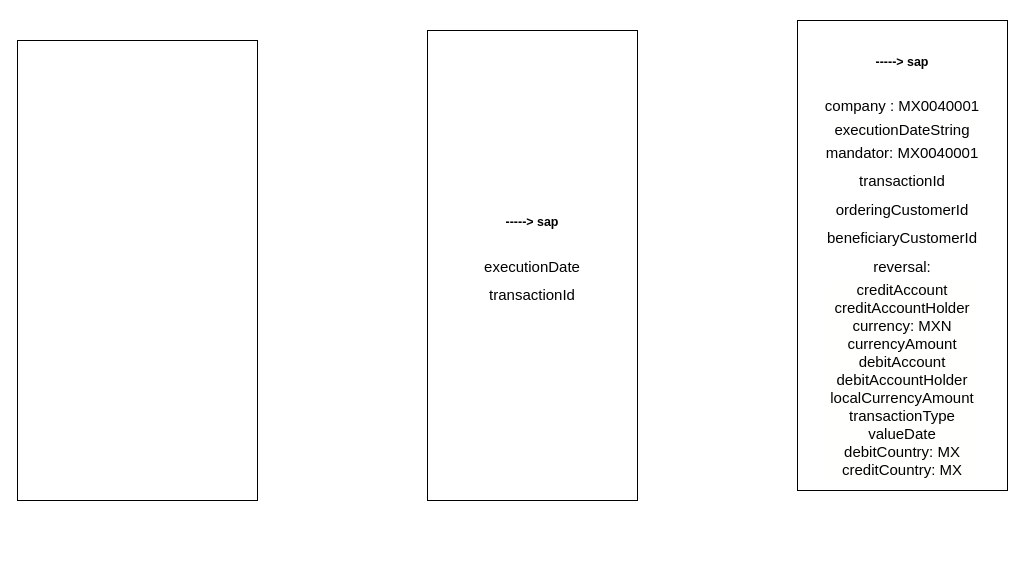
Earlier version of the draw.io diagram payvalidator.drawio (tianyadaoke/bing.github.io). Source tidied: cells renumbered, new cells numbered last; positions are measured from the earlier drawing's top-left corner, leaving out a move shared by most shapes. Both pictures are drawn from the tidied source at 100%, with x=0, y=0 at pixel (17, 20).
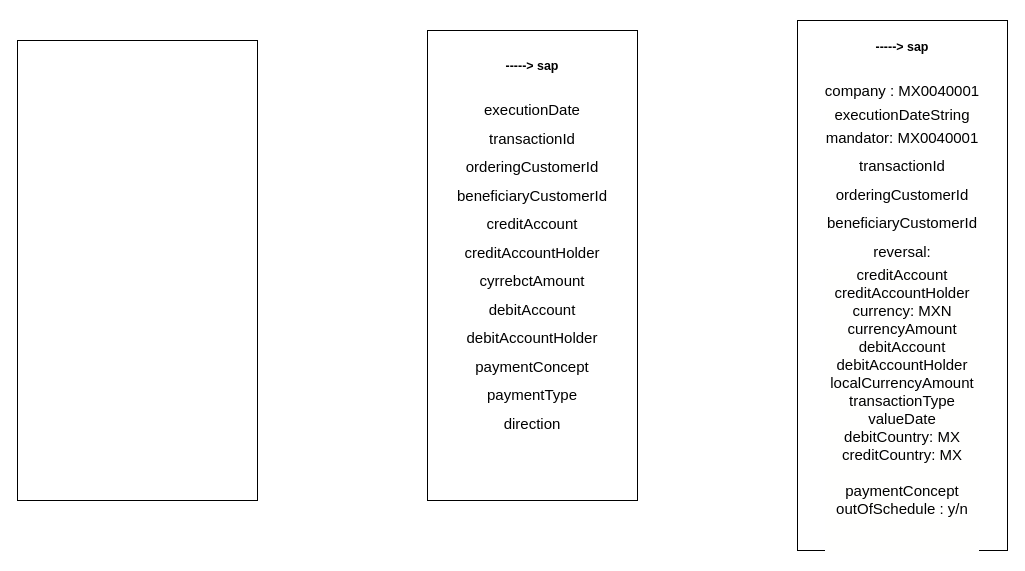
The same page after the edit.

The edit, as a diff of the source:
```diff
@@
 <mxGraphModel>
   <root>
     <mxCell id="0" />
     <mxCell id="1" parent="0" />
-    <mxCell id="2" value="&lt;div style=&quot;line-height: 190%; font-size: 15px;&quot;&gt;&lt;h5 style=&quot;line-height: 150%;&quot;&gt;-----&amp;gt; sap&lt;/h5&gt;&lt;div&gt;company :&amp;nbsp;MX0040001&lt;/div&gt;&lt;div&gt;&lt;div style=&quot;background-color: rgb(255, 255, 254); line-height: 18px;&quot;&gt;executionDateString&lt;/div&gt;&lt;/div&gt;&lt;div&gt;mandator:&amp;nbsp;MX0040001&lt;/div&gt;&lt;div&gt;transactionId&lt;/div&gt;&lt;div&gt;orderingCustomerId&lt;/div&gt;&lt;div&gt;beneficiaryCustomerId&lt;/div&gt;&lt;div&gt;reversal:&lt;/div&gt;&lt;div&gt;&lt;div style=&quot;background-color: rgb(255, 255, 254); line-height: 18px;&quot;&gt;creditAccount&lt;/div&gt;&lt;/div&gt;&lt;div style=&quot;background-color: rgb(255, 255, 254); line-height: 18px;&quot;&gt;&lt;div style=&quot;line-height: 18px;&quot;&gt;creditAccountHolder&lt;/div&gt;&lt;/div&gt;&lt;div style=&quot;line-height: 190%;&quot;&gt;&lt;div style=&quot;background-color: rgb(255, 255, 254); line-height: 18px;&quot;&gt;currency: MXN&lt;/div&gt;&lt;div style=&quot;background-color: rgb(255, 255, 254); line-height: 18px;&quot;&gt;&lt;div style=&quot;line-height: 18px;&quot;&gt;currencyAmount&lt;/div&gt;&lt;div style=&quot;line-height: 18px;&quot;&gt;&lt;div style=&quot;line-height: 18px;&quot;&gt;debitAccount&lt;/div&gt;&lt;div style=&quot;line-height: 18px;&quot;&gt;&lt;div style=&quot;line-height: 18px;&quot;&gt;debitAccountHolder&lt;/div&gt;&lt;div style=&quot;line-height: 18px;&quot;&gt;&lt;div style=&quot;line-height: 18px;&quot;&gt;localCurrencyAmount&lt;/div&gt;&lt;div style=&quot;line-height: 18px;&quot;&gt;&lt;div style=&quot;line-height: 18px;&quot;&gt;transactionType&lt;/div&gt;&lt;div style=&quot;line-height: 18px;&quot;&gt;&lt;div style=&quot;line-height: 18px;&quot;&gt;valueDate&lt;/div&gt;&lt;div style=&quot;line-height: 18px;&quot;&gt;&lt;div style=&quot;line-height: 18px;&quot;&gt;debitCountry: MX&lt;/div&gt;&lt;div style=&quot;line-height: 18px;&quot;&gt;&lt;div style=&quot;line-height: 18px;&quot;&gt;creditCountry: MX&lt;/div&gt;&lt;/div&gt;&lt;/div&gt;&lt;/div&gt;&lt;/div&gt;&lt;/div&gt;&lt;/div&gt;&lt;/div&gt;&lt;/div&gt;&lt;/div&gt;&lt;/div&gt;" style="rounded=0;whiteSpace=wrap;html=1;align=center;" parent="1" vertex="1">
-      <mxGeometry x="780" width="210" height="470" as="geometry" />
+    <mxCell id="2" value="&lt;div style=&quot;line-height: 190%; font-size: 15px;&quot;&gt;&lt;h5 style=&quot;line-height: 150%;&quot;&gt;-----&amp;gt; sap&lt;/h5&gt;&lt;div&gt;company :&amp;nbsp;MX0040001&lt;/div&gt;&lt;div&gt;&lt;div style=&quot;background-color: rgb(255, 255, 254); line-height: 18px;&quot;&gt;executionDateString&lt;/div&gt;&lt;/div&gt;&lt;div&gt;mandator:&amp;nbsp;MX0040001&lt;/div&gt;&lt;div&gt;transactionId&lt;/div&gt;&lt;div&gt;orderingCustomerId&lt;/div&gt;&lt;div&gt;beneficiaryCustomerId&lt;/div&gt;&lt;div&gt;reversal:&lt;/div&gt;&lt;div&gt;&lt;div style=&quot;background-color: rgb(255, 255, 254); line-height: 18px;&quot;&gt;creditAccount&lt;/div&gt;&lt;/div&gt;&lt;div style=&quot;background-color: rgb(255, 255, 254); line-height: 18px;&quot;&gt;&lt;div style=&quot;line-height: 18px;&quot;&gt;creditAccountHolder&lt;/div&gt;&lt;/div&gt;&lt;div style=&quot;line-height: 190%;&quot;&gt;&lt;div style=&quot;background-color: rgb(255, 255, 254); line-height: 18px;&quot;&gt;currency: MXN&lt;/div&gt;&lt;div style=&quot;background-color: rgb(255, 255, 254); line-height: 18px;&quot;&gt;&lt;div style=&quot;line-height: 18px;&quot;&gt;currencyAmount&lt;/div&gt;&lt;div style=&quot;line-height: 18px;&quot;&gt;&lt;div style=&quot;line-height: 18px;&quot;&gt;debitAccount&lt;/div&gt;&lt;div style=&quot;line-height: 18px;&quot;&gt;&lt;div style=&quot;line-height: 18px;&quot;&gt;debitAccountHolder&lt;/div&gt;&lt;div style=&quot;line-height: 18px;&quot;&gt;&lt;div style=&quot;line-height: 18px;&quot;&gt;localCurrencyAmount&lt;/div&gt;&lt;div style=&quot;line-height: 18px;&quot;&gt;&lt;div style=&quot;line-height: 18px;&quot;&gt;transactionType&lt;/div&gt;&lt;div style=&quot;line-height: 18px;&quot;&gt;&lt;div style=&quot;line-height: 18px;&quot;&gt;valueDate&lt;/div&gt;&lt;div style=&quot;line-height: 18px;&quot;&gt;&lt;div style=&quot;line-height: 18px;&quot;&gt;debitCountry: MX&lt;/div&gt;&lt;div style=&quot;line-height: 18px;&quot;&gt;&lt;div style=&quot;line-height: 18px;&quot;&gt;creditCountry: MX&lt;/div&gt;&lt;div style=&quot;line-height: 18px;&quot;&gt;&lt;br&gt;&lt;/div&gt;&lt;div style=&quot;line-height: 18px;&quot;&gt;paymentConcept&lt;/div&gt;&lt;div style=&quot;line-height: 18px;&quot;&gt;outOfSchedule : y/n&lt;/div&gt;&lt;div style=&quot;line-height: 18px;&quot;&gt;&lt;br&gt;&lt;/div&gt;&lt;div style=&quot;line-height: 18px;&quot;&gt;&lt;br&gt;&lt;/div&gt;&lt;/div&gt;&lt;/div&gt;&lt;/div&gt;&lt;/div&gt;&lt;/div&gt;&lt;/div&gt;&lt;/div&gt;&lt;/div&gt;&lt;/div&gt;&lt;/div&gt;" style="rounded=0;whiteSpace=wrap;html=1;align=center;" parent="1" vertex="1">
+      <mxGeometry x="780" width="210" height="530" as="geometry" />
     </mxCell>
     <mxCell id="3" style="rounded=0;whiteSpace=wrap;html=1;" parent="1" vertex="1">
       <mxGeometry y="20" width="240" height="460" as="geometry" />
     </mxCell>
-    <mxCell id="4" value="&lt;div style=&quot;line-height: 190%; font-size: 15px;&quot;&gt;&lt;h5 style=&quot;line-height: 150%;&quot;&gt;-----&amp;gt; sap&lt;/h5&gt;&lt;div&gt;executionDate&lt;/div&gt;&lt;div&gt;transactionId&lt;/div&gt;&lt;div&gt;&lt;br&gt;&lt;/div&gt;&lt;/div&gt;" style="rounded=0;whiteSpace=wrap;html=1;align=center;" parent="1" vertex="1">
+    <mxCell id="4" value="&lt;div style=&quot;line-height: 190%; font-size: 15px;&quot;&gt;&lt;h5 style=&quot;line-height: 150%;&quot;&gt;-----&amp;gt; sap&lt;/h5&gt;&lt;div&gt;executionDate&lt;/div&gt;&lt;div&gt;transactionId&lt;/div&gt;&lt;div&gt;&lt;div style=&quot;border-color: var(--border-color);&quot;&gt;orderingCustomerId&lt;/div&gt;&lt;div style=&quot;border-color: var(--border-color);&quot;&gt;beneficiaryCustomerId&lt;/div&gt;&lt;/div&gt;&lt;div style=&quot;border-color: var(--border-color);&quot;&gt;creditAccount&lt;/div&gt;&lt;div style=&quot;border-color: var(--border-color);&quot;&gt;creditAccountHolder&lt;/div&gt;&lt;div style=&quot;border-color: var(--border-color);&quot;&gt;cyrrebctAmount&lt;/div&gt;&lt;div style=&quot;border-color: var(--border-color);&quot;&gt;debitAccount&lt;/div&gt;&lt;div style=&quot;border-color: var(--border-color);&quot;&gt;debitAccountHolder&lt;/div&gt;&lt;div style=&quot;border-color: var(--border-color);&quot;&gt;paymentConcept&lt;/div&gt;&lt;div style=&quot;border-color: var(--border-color);&quot;&gt;paymentType&lt;/div&gt;&lt;div style=&quot;border-color: var(--border-color);&quot;&gt;direction&lt;/div&gt;&lt;div style=&quot;border-color: var(--border-color);&quot;&gt;&lt;br&gt;&lt;/div&gt;&lt;div style=&quot;border-color: var(--border-color);&quot;&gt;&lt;br&gt;&lt;/div&gt;&lt;/div&gt;" style="rounded=0;whiteSpace=wrap;html=1;align=center;" parent="1" vertex="1">
       <mxGeometry x="410" y="10" width="210" height="470" as="geometry" />
     </mxCell>
   </root>
 </mxGraphModel>
```
